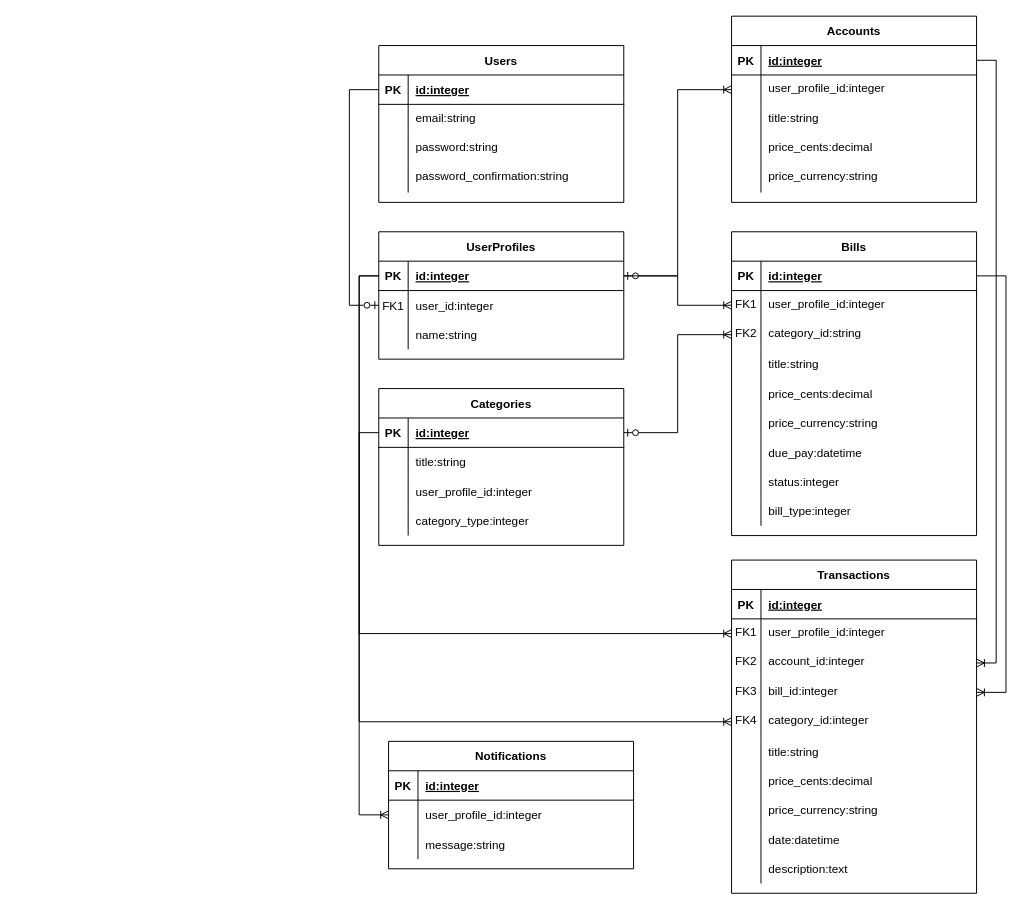
This is page "Web Money" (1 of 4) of Modelagem - Web Money.drawio from angelianosousa/web_money, a draw.io file, before an edit. Source tidied: cells renumbered, new cells numbered last; positions are measured from the earlier drawing's top-left corner, leaving out a move shared by most shapes. Both pictures are drawn from the tidied source at 98%, with x=0, y=0 at pixel (349, 16).
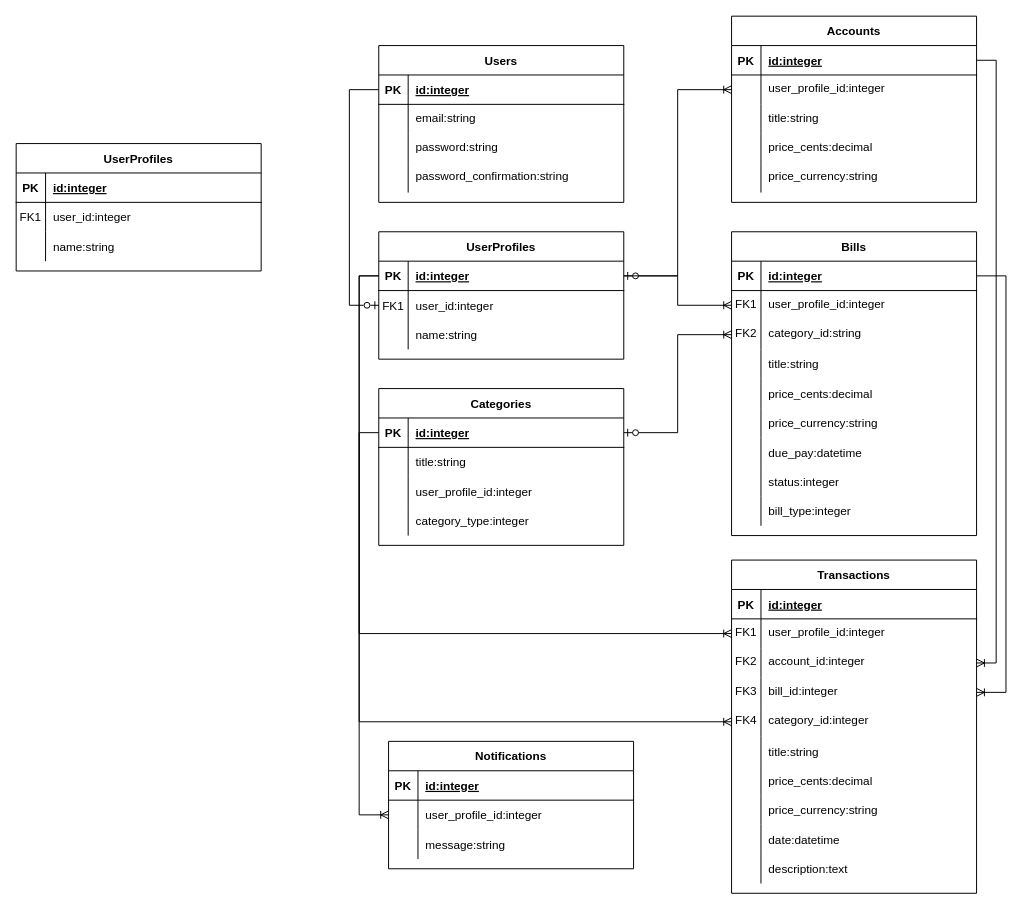
Above is the later version.

What changed in the source:
```diff
@@
+    <mxCell id="132" value="UserProfiles" style="shape=table;startSize=30;childLayout=tableLayout;rowLines=0;fontStyle=1;align=center;" parent="1" vertex="1">
+      <mxGeometry x="-340" y="130" width="250" height="130" as="geometry" />
+    </mxCell>
+    <mxCell id="133" style="shape=partialRectangle;fillColor=none;top=0;left=0;right=0;bottom=1;" parent="132" vertex="1">
+      <mxGeometry y="30" width="250" height="30" as="geometry" />
+    </mxCell>
+    <mxCell id="134" value="PK" style="shape=partialRectangle;overflow=hidden;fillColor=none;top=0;left=0;bottom=0;right=0;fontStyle=1;" parent="133" vertex="1">
+      <mxGeometry width="30" height="30" as="geometry" />
+    </mxCell>
+    <mxCell id="135" value="id:integer" style="shape=partialRectangle;overflow=hidden;fillColor=none;top=0;left=0;bottom=0;right=0;align=left;spacingLeft=6;fontStyle=5;" parent="133" vertex="1">
+      <mxGeometry x="30" width="220" height="30" as="geometry" />
+    </mxCell>
+    <mxCell id="136" style="shape=partialRectangle;fillColor=none;top=0;left=0;right=0;bottom=0;" parent="132" vertex="1">
+      <mxGeometry y="60" width="250" height="30" as="geometry" />
+    </mxCell>
+    <mxCell id="137" value="FK1" style="shape=partialRectangle;overflow=hidden;fillColor=none;top=0;left=0;bottom=0;right=0;" parent="136" vertex="1">
+      <mxGeometry width="30" height="30" as="geometry" />
+    </mxCell>
+    <mxCell id="138" value="user_id:integer" style="shape=partialRectangle;overflow=hidden;fillColor=none;top=0;left=0;bottom=0;right=0;align=left;spacingLeft=6;" parent="136" vertex="1">
+      <mxGeometry x="30" width="220" height="30" as="geometry" />
+    </mxCell>
+    <mxCell id="139" style="shape=partialRectangle;fillColor=none;top=0;left=0;right=0;bottom=0;" parent="132" vertex="1">
+      <mxGeometry y="90" width="250" height="30" as="geometry" />
+    </mxCell>
+    <mxCell id="140" style="shape=partialRectangle;overflow=hidden;fillColor=none;top=0;left=0;bottom=0;right=0;" parent="139" vertex="1">
+      <mxGeometry width="30" height="30" as="geometry" />
+    </mxCell>
+    <mxCell id="141" value="name:string" style="shape=partialRectangle;overflow=hidden;fillColor=none;top=0;left=0;bottom=0;right=0;align=left;spacingLeft=6;" parent="139" vertex="1">
+      <mxGeometry x="30" width="220" height="30" as="geometry" />
+    </mxCell>
```
